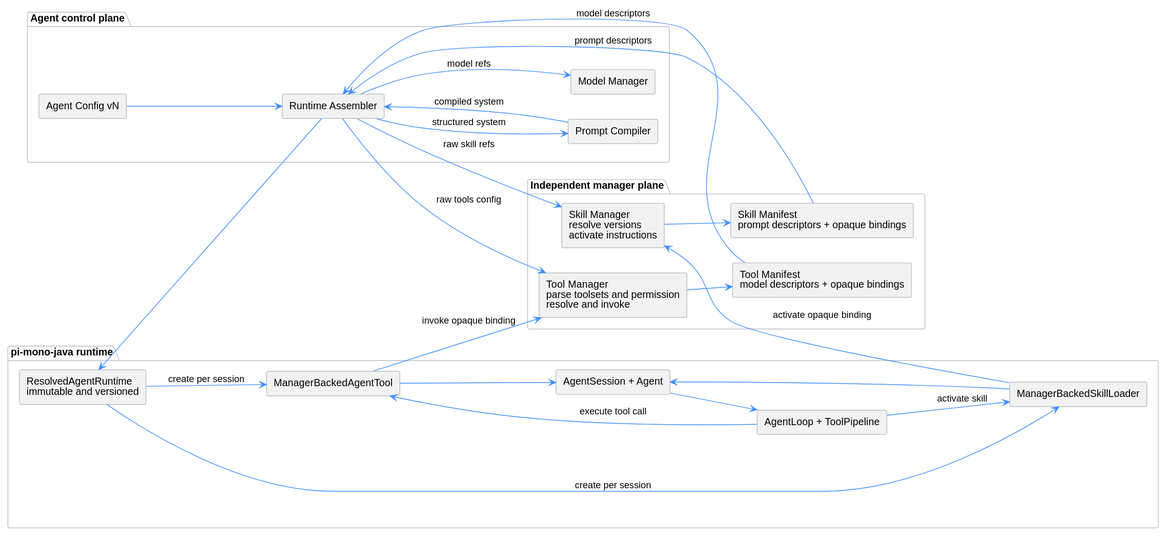
Before: managed-agent-session/external_tool_manager_architecture.svg, a diagram exported from PlantUML (superheromeZzh/pi-mono-java-design).
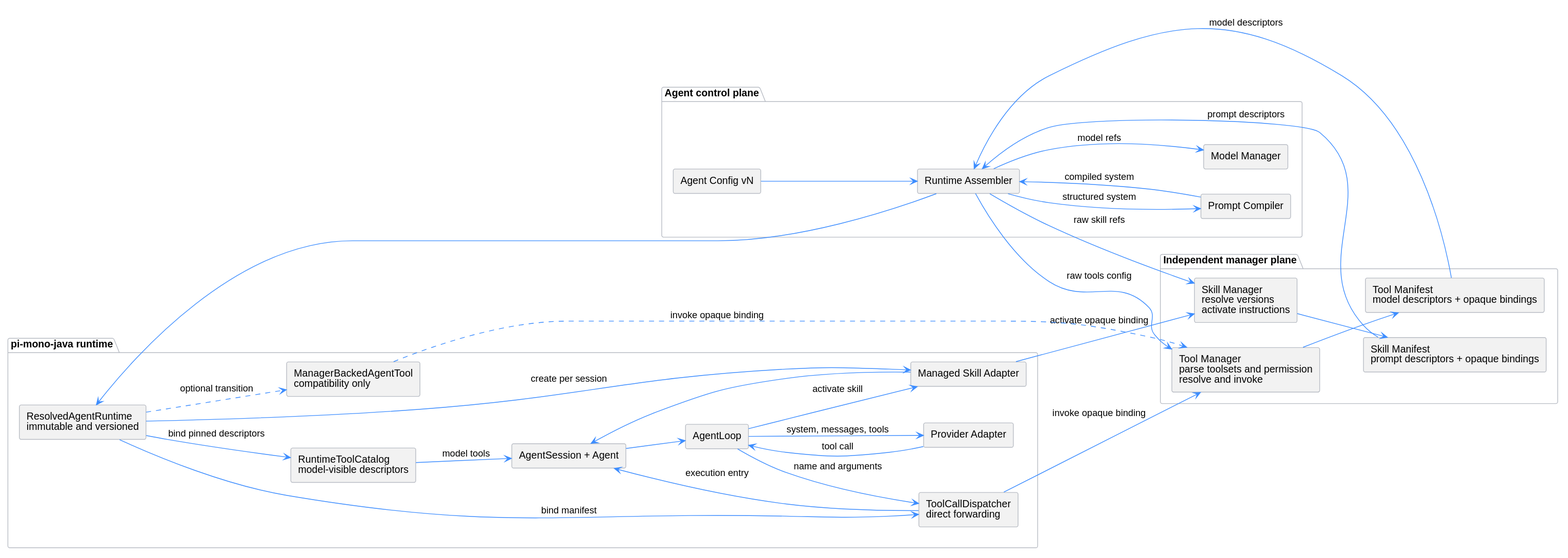
Above is the later version.

Commit message:
docs: route managed tool calls through dispatcher

The edit, as a diff of the source:
```diff
@@ -26,10 +26,13 @@
 
 package "pi-mono-java runtime" {
   rectangle "ResolvedAgentRuntime\nimmutable and versioned" as Runtime
-  rectangle "ManagerBackedAgentTool" as ToolAdapter
-  rectangle "ManagerBackedSkillLoader" as SkillAdapter
+  rectangle "RuntimeToolCatalog\nmodel-visible descriptors" as ToolCatalog
+  rectangle "ToolCallDispatcher\ndirect forwarding" as Dispatcher
+  rectangle "Managed Skill Adapter" as SkillAdapter
   rectangle "AgentSession + Agent" as Session
-  rectangle "AgentLoop + ToolPipeline" as Loop
+  rectangle "AgentLoop" as Loop
+  rectangle "Provider Adapter" as ProviderAdapter
+  rectangle "ManagerBackedAgentTool\ncompatibility only" as CompatAdapter
 }
 
 Config --> Assembler
@@ -43,13 +46,19 @@
 SkillManifest --> Assembler: prompt descriptors
 Prompt --> Assembler: compiled system
 Assembler --> Runtime
-Runtime --> ToolAdapter: create per session
+Runtime --> ToolCatalog: bind pinned descriptors
+Runtime --> Dispatcher: bind manifest
 Runtime --> SkillAdapter: create per session
-ToolAdapter --> Session
+ToolCatalog --> Session: model tools
+Dispatcher --> Session: execution entry
 SkillAdapter --> Session
 Session --> Loop
-Loop --> ToolAdapter: execute tool call
-ToolAdapter --> ToolManager: invoke opaque binding
+Loop --> ProviderAdapter: system, messages, tools
+ProviderAdapter --> Loop: tool call
+Loop --> Dispatcher: name and arguments
+Dispatcher --> ToolManager: invoke opaque binding
 Loop --> SkillAdapter: activate skill
 SkillAdapter --> SkillManager: activate opaque binding
+Runtime ..> CompatAdapter: optional transition
+CompatAdapter ..> ToolManager: invoke opaque binding
 @enduml
```
